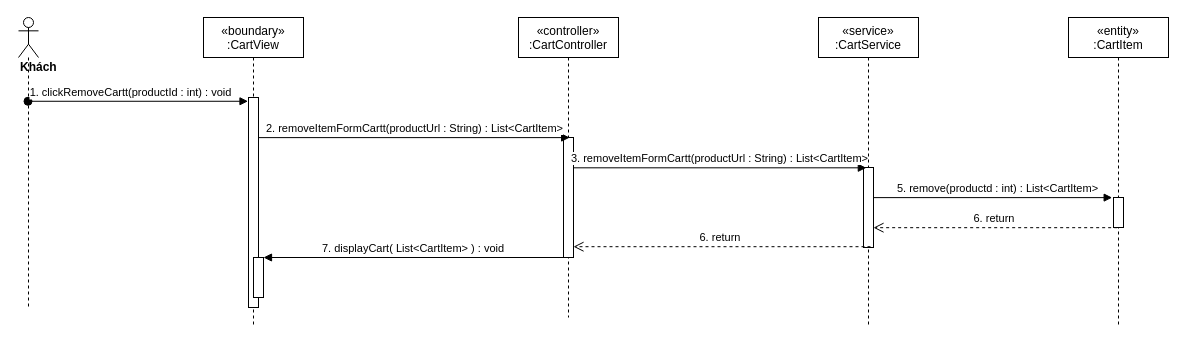
The draw.io diagram sequence diagram/remove-product-toCart-sequence.drawio in nguyenphamvan/datn_20202, before the edit. Source tidied: cells renumbered, new cells numbered last; positions are measured from the earlier drawing's top-left corner, leaving out a move shared by most shapes. Both pictures are drawn from the tidied source at 100%, with x=0, y=0 at pixel (18, 17).
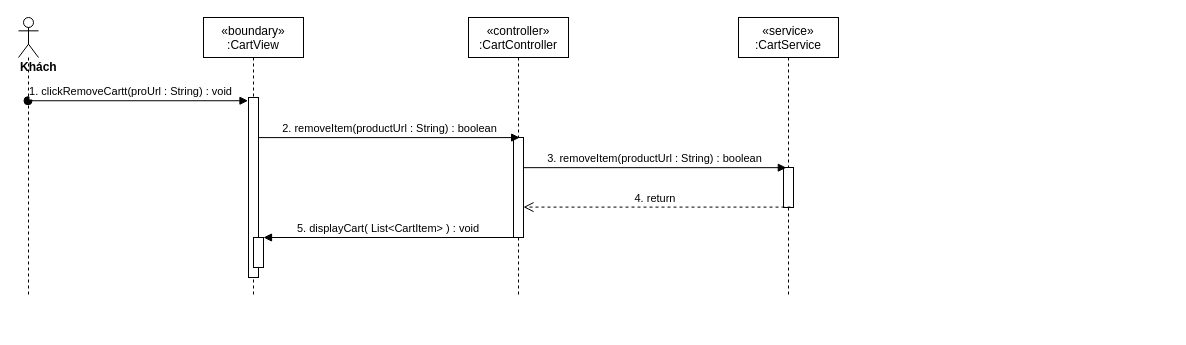
The same page after the edit.

What changed in the source:
```diff
@@
 <mxGraphModel>
   <root>
     <mxCell id="0" />
     <mxCell id="1" parent="0" />
     <mxCell id="2" value="«boundary»&#10;:CartView" style="shape=umlLifeline;perimeter=lifelinePerimeter;rounded=0;shadow=0;strokeWidth=1;" parent="1" vertex="1">
-      <mxGeometry x="185" width="100" height="310" as="geometry" />
+      <mxGeometry x="185" width="100" height="280" as="geometry" />
     </mxCell>
     <mxCell id="3" style="points=[];perimeter=orthogonalPerimeter;rounded=0;shadow=0;strokeWidth=1;" parent="2" vertex="1">
-      <mxGeometry x="45" y="80" width="10" height="210" as="geometry" />
+      <mxGeometry x="45" y="80" width="10" height="180" as="geometry" />
     </mxCell>
     <mxCell id="4" style="html=1;points=[];perimeter=orthogonalPerimeter;" parent="2" vertex="1">
-      <mxGeometry x="50" y="240" width="10" height="40" as="geometry" />
+      <mxGeometry x="50" y="220" width="10" height="30" as="geometry" />
     </mxCell>
     <mxCell id="5" value="«controller»&#10;:CartController" style="shape=umlLifeline;perimeter=lifelinePerimeter;rounded=0;shadow=0;strokeWidth=1;" parent="1" vertex="1">
-      <mxGeometry x="500" width="100" height="300" as="geometry" />
+      <mxGeometry x="450" width="100" height="280" as="geometry" />
     </mxCell>
     <mxCell id="6" style="points=[];perimeter=orthogonalPerimeter;rounded=0;shadow=0;strokeWidth=1;" parent="5" vertex="1">
-      <mxGeometry x="45" y="120" width="10" height="120" as="geometry" />
+      <mxGeometry x="45" y="120" width="10" height="100" as="geometry" />
     </mxCell>
     <mxCell id="7" value="&lt;div&gt;&lt;b&gt;Khách&lt;/b&gt;&lt;/div&gt;" style="shape=umlLifeline;participant=umlActor;perimeter=lifelinePerimeter;whiteSpace=wrap;html=1;verticalAlign=top;spacingTop=36;outlineConnect=0;align=left;" parent="1" vertex="1">
-      <mxGeometry width="20" height="290" as="geometry" />
+      <mxGeometry width="20" height="280" as="geometry" />
     </mxCell>
-    <mxCell id="8" value="1. clickRemoveCartt(productId : int) : void" style="verticalAlign=bottom;startArrow=oval;endArrow=block;startSize=8;shadow=0;strokeWidth=1;entryX=-0.05;entryY=0.018;entryDx=0;entryDy=0;entryPerimeter=0;" parent="1" edge="1" source="7" target="3">
+    <mxCell id="8" value="1. clickRemoveCartt(proUrl : String) : void" style="verticalAlign=bottom;startArrow=oval;endArrow=block;startSize=8;shadow=0;strokeWidth=1;entryX=-0.05;entryY=0.018;entryDx=0;entryDy=0;entryPerimeter=0;" parent="1" edge="1" source="7" target="3">
       <mxGeometry x="-0.06" relative="1" as="geometry" />
     </mxCell>
     <mxCell id="9" value="«service»&#10;:CartService" style="shape=umlLifeline;perimeter=lifelinePerimeter;rounded=0;shadow=0;strokeWidth=1;" parent="1" vertex="1">
-      <mxGeometry x="800" width="100" height="310" as="geometry" />
+      <mxGeometry x="720" width="100" height="280" as="geometry" />
     </mxCell>
     <mxCell id="10" style="points=[];perimeter=orthogonalPerimeter;rounded=0;shadow=0;strokeWidth=1;" parent="9" vertex="1">
-      <mxGeometry x="45" y="150" width="10" height="80" as="geometry" />
+      <mxGeometry x="45" y="150" width="10" height="40" as="geometry" />
     </mxCell>
-    <mxCell id="11" value="2. removeItemFormCartt(productUrl : String) : List&amp;lt;CartItem&amp;gt;" style="html=1;verticalAlign=bottom;endArrow=block;entryX=0.617;entryY=0.001;entryDx=0;entryDy=0;entryPerimeter=0;" parent="1" edge="1" source="3" target="6">
+    <mxCell id="11" value="2. removeItem(productUrl : String) : boolean" style="html=1;verticalAlign=bottom;endArrow=block;entryX=0.617;entryY=0.001;entryDx=0;entryDy=0;entryPerimeter=0;" parent="1" edge="1" source="3" target="6">
       <mxGeometry relative="1" as="geometry" />
     </mxCell>
-    <mxCell id="12" value="3. removeItemFormCartt(productUrl : String) : List&amp;lt;CartItem&amp;gt;" style="html=1;verticalAlign=bottom;endArrow=block;entryX=0.283;entryY=0.004;entryDx=0;entryDy=0;entryPerimeter=0;" parent="1" edge="1" source="6" target="10">
+    <mxCell id="12" value="3. removeItem(productUrl : String) : boolean" style="html=1;verticalAlign=bottom;endArrow=block;entryX=0.283;entryY=0.004;entryDx=0;entryDy=0;entryPerimeter=0;" parent="1" edge="1" source="6" target="10">
       <mxGeometry relative="1" as="geometry" />
     </mxCell>
-    <mxCell id="13" value="«entity»&#10;:CartItem" style="shape=umlLifeline;perimeter=lifelinePerimeter;rounded=0;shadow=0;strokeWidth=1;" parent="1" vertex="1">
-      <mxGeometry x="1050" width="100" height="310" as="geometry" />
-    </mxCell>
-    <mxCell id="14" style="points=[];perimeter=orthogonalPerimeter;rounded=0;shadow=0;strokeWidth=1;" parent="13" vertex="1">
-      <mxGeometry x="45" y="180" width="10" height="30" as="geometry" />
-    </mxCell>
-    <mxCell id="15" value="5. remove(productd : int) : List&amp;lt;CartItem&amp;gt;" style="html=1;verticalAlign=bottom;endArrow=block;entryX=-0.133;entryY=0.004;entryDx=0;entryDy=0;entryPerimeter=0;" parent="1" edge="1" source="10" target="14">
-      <mxGeometry x="0.04" relative="1" as="geometry" />
-    </mxCell>
-    <mxCell id="16" value="6. return&amp;nbsp;" style="html=1;verticalAlign=bottom;endArrow=open;dashed=1;endSize=8;exitX=0.367;exitY=1.006;exitDx=0;exitDy=0;exitPerimeter=0;" parent="1" edge="1" source="14" target="10">
-      <mxGeometry relative="1" as="geometry" />
-    </mxCell>
-    <mxCell id="17" value="6. return&amp;nbsp;" style="html=1;verticalAlign=bottom;endArrow=open;dashed=1;endSize=8;exitX=0.7;exitY=0.99;exitDx=0;exitDy=0;exitPerimeter=0;" parent="1" edge="1" source="10" target="6">
+    <mxCell id="17" value="4. return&amp;nbsp;" style="html=1;verticalAlign=bottom;endArrow=open;dashed=1;endSize=8;exitX=0.7;exitY=0.99;exitDx=0;exitDy=0;exitPerimeter=0;" parent="1" edge="1" source="10" target="6">
       <mxGeometry relative="1" as="geometry" />
     </mxCell>
-    <mxCell id="18" value="7. displayCart( List&lt;CartItem&gt; ) : void" style="verticalAlign=bottom;endArrow=block;shadow=0;strokeWidth=1;" parent="1" edge="1" source="6" target="4">
+    <mxCell id="18" value="5. displayCart( List&lt;CartItem&gt; ) : void" style="verticalAlign=bottom;endArrow=block;shadow=0;strokeWidth=1;" parent="1" edge="1" source="6" target="4">
       <mxGeometry relative="1" as="geometry" />
     </mxCell>
   </root>
 </mxGraphModel>
```
